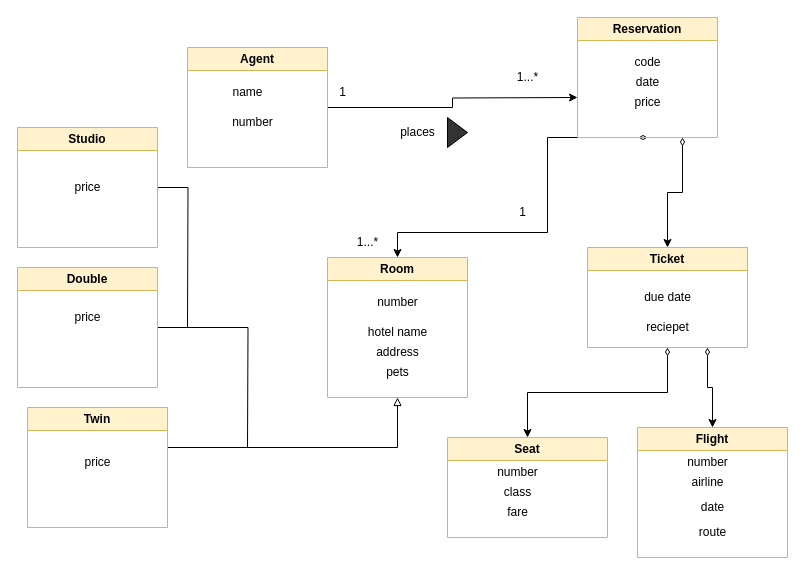
Noah-B-Reef/CS-3560-Homework-3 keeps this draw.io diagram as Q2A.drawio. Above is the earlier version. Source tidied: cells renumbered, new cells numbered last; positions are measured from the earlier drawing's top-left corner, leaving out a move shared by most shapes. Both pictures are drawn from the tidied source at 100%, with x=0, y=0 at pixel (17, 17).
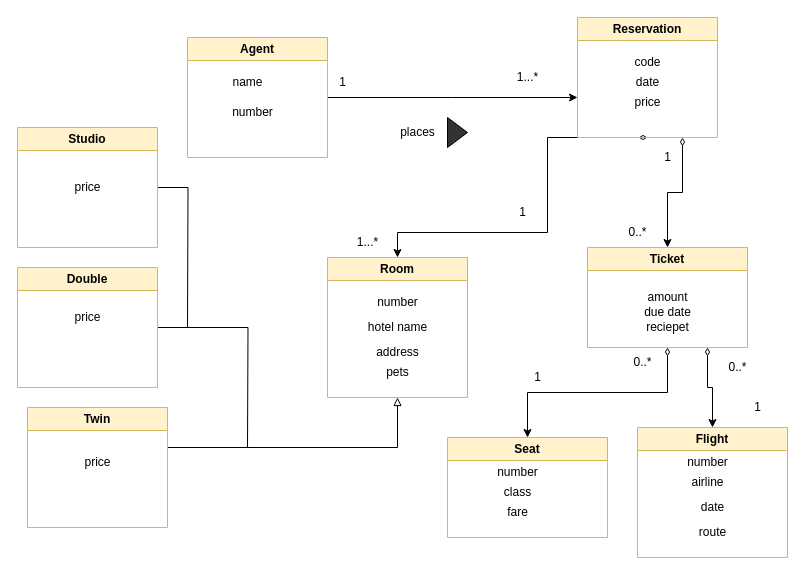
The same page after the edit.

Unchanged cells that the change refers to:
```xml
<mxCell id="17" value="Room" style="swimlane;whiteSpace=wrap;html=1;fillColor=#fff2cc;strokeColor=#d6b656;" parent="1" vertex="1">
  <mxGeometry x="310" y="240" width="140" height="140" as="geometry" />
</mxCell>
<mxCell id="43" value="Ticket" style="swimlane;whiteSpace=wrap;html=1;fillColor=#fff2cc;strokeColor=#d6b656;" parent="1" vertex="1">
  <mxGeometry x="570" y="230" width="160" height="100" as="geometry" />
</mxCell>
```

What changed in the source:
```diff
@@
     <mxCell id="3" value="Agent" style="swimlane;whiteSpace=wrap;html=1;startSize=23;fillColor=#fff2cc;strokeColor=#d6b656;" parent="1" vertex="1">
-      <mxGeometry x="170" y="30" width="140" height="120" as="geometry" />
+      <mxGeometry x="170" y="20" width="140" height="120" as="geometry" />
     </mxCell>
@@
     <mxCell id="19" value="hotel name&lt;br&gt;" style="text;html=1;align=center;verticalAlign=middle;strokeColor=none;fillColor=none;" parent="17" vertex="1">
-      <mxGeometry x="30" y="60" width="80" height="30" as="geometry" />
+      <mxGeometry x="30" y="55" width="80" height="30" as="geometry" />
     </mxCell>
@@
     <mxCell id="22" value="1" style="text;html=1;align=center;verticalAlign=middle;strokeColor=none;fillColor=none;" parent="1" vertex="1">
-      <mxGeometry x="310" y="60" width="30" height="30" as="geometry" />
+      <mxGeometry x="310" y="50" width="30" height="30" as="geometry" />
     </mxCell>
@@
     <mxCell id="44" value="due date" style="text;html=1;align=center;verticalAlign=middle;strokeColor=none;fillColor=none;" parent="43" vertex="1">
-      <mxGeometry x="45" y="35" width="70" height="30" as="geometry" />
+      <mxGeometry x="45" y="50" width="70" height="30" as="geometry" />
     </mxCell>
@@
+    <mxCell id="46" value="amount" style="text;html=1;align=center;verticalAlign=middle;strokeColor=none;fillColor=none;" parent="43" vertex="1">
+      <mxGeometry x="50" y="35" width="60" height="30" as="geometry" />
+    </mxCell>
+    <mxCell id="47" value="1" style="text;html=1;align=center;verticalAlign=middle;strokeColor=none;fillColor=none;" parent="1" vertex="1">
+      <mxGeometry x="635" y="125" width="30" height="30" as="geometry" />
+    </mxCell>
+    <mxCell id="48" value="0..*" style="text;html=1;align=center;verticalAlign=middle;strokeColor=none;fillColor=none;" parent="1" vertex="1">
+      <mxGeometry x="600" y="200" width="40" height="30" as="geometry" />
+    </mxCell>
+    <mxCell id="49" value="0..*" style="text;html=1;align=center;verticalAlign=middle;strokeColor=none;fillColor=none;" parent="1" vertex="1">
+      <mxGeometry x="605" y="330" width="40" height="30" as="geometry" />
+    </mxCell>
+    <mxCell id="50" value="1" style="text;html=1;align=center;verticalAlign=middle;strokeColor=none;fillColor=none;" parent="1" vertex="1">
+      <mxGeometry x="505" y="345" width="30" height="30" as="geometry" />
+    </mxCell>
+    <mxCell id="51" value="0..*" style="text;html=1;align=center;verticalAlign=middle;strokeColor=none;fillColor=none;" parent="1" vertex="1">
+      <mxGeometry x="700" y="335" width="40" height="30" as="geometry" />
+    </mxCell>
+    <mxCell id="52" value="1" style="text;html=1;align=center;verticalAlign=middle;strokeColor=none;fillColor=none;" parent="1" vertex="1">
+      <mxGeometry x="725" y="375" width="30" height="30" as="geometry" />
+    </mxCell>
```
